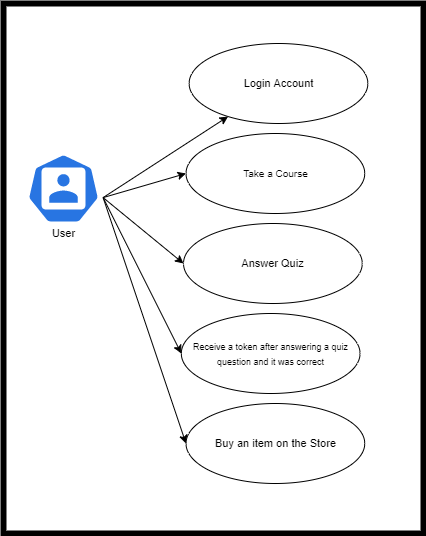
GEA960/Lazatech-Educate keeps this draw.io diagram as Images/Diagrams/Lazatech Educate Use Case Diagram.png. Above is the earlier version. Source tidied: cells renumbered, new cells last; positions are measured from the earlier drawing's top-left corner, leaving out a move shared by most shapes.
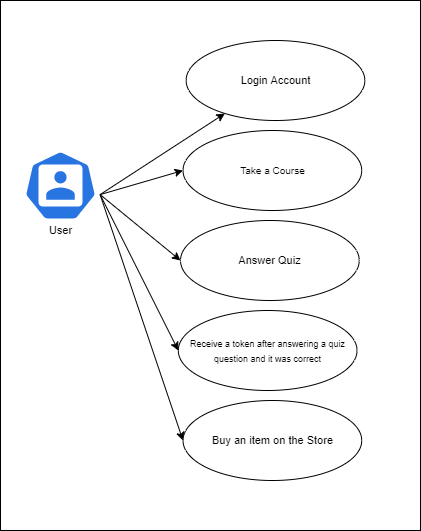
After the commit.

The edit, as a diff of the source:
```diff
@@ -2,7 +2,7 @@
   <root>
     <mxCell id="0" />
     <mxCell id="1" parent="0" />
-    <mxCell id="2" style="rounded=0;whiteSpace=wrap;html=1;fontSize=10;strokeWidth=6;" parent="1" vertex="1">
+    <mxCell id="2" style="rounded=0;whiteSpace=wrap;html=1;fontSize=10;strokeWidth=1;" parent="1" vertex="1">
       <mxGeometry width="420" height="530" as="geometry" />
     </mxCell>
     <mxCell id="3" style="rounded=0;jettySize=auto;html=1;exitX=0.995;exitY=0.63;exitDx=0;exitDy=0;exitPerimeter=0;fontSize=10;" parent="1" edge="1" source="8" target="14">
```
